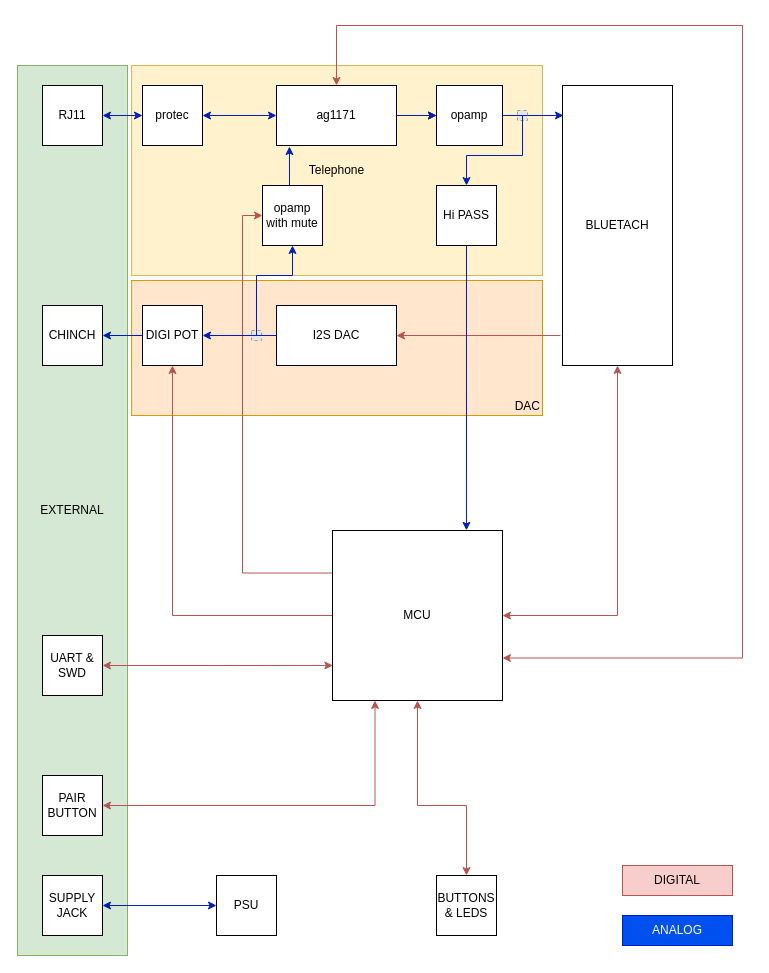
Above: blockDiagram/matiHome.drawio in mati97/domeq (draw.io), before the change. Source tidied: cells renumbered, new cells numbered last; positions are measured from the earlier drawing's top-left corner, leaving out a move shared by most shapes. Both pictures are drawn from the tidied source at 100%, with x=0, y=0 at pixel (17, 25). Pictures stored in the file or linked from it are replaced by grey dashed boxes.
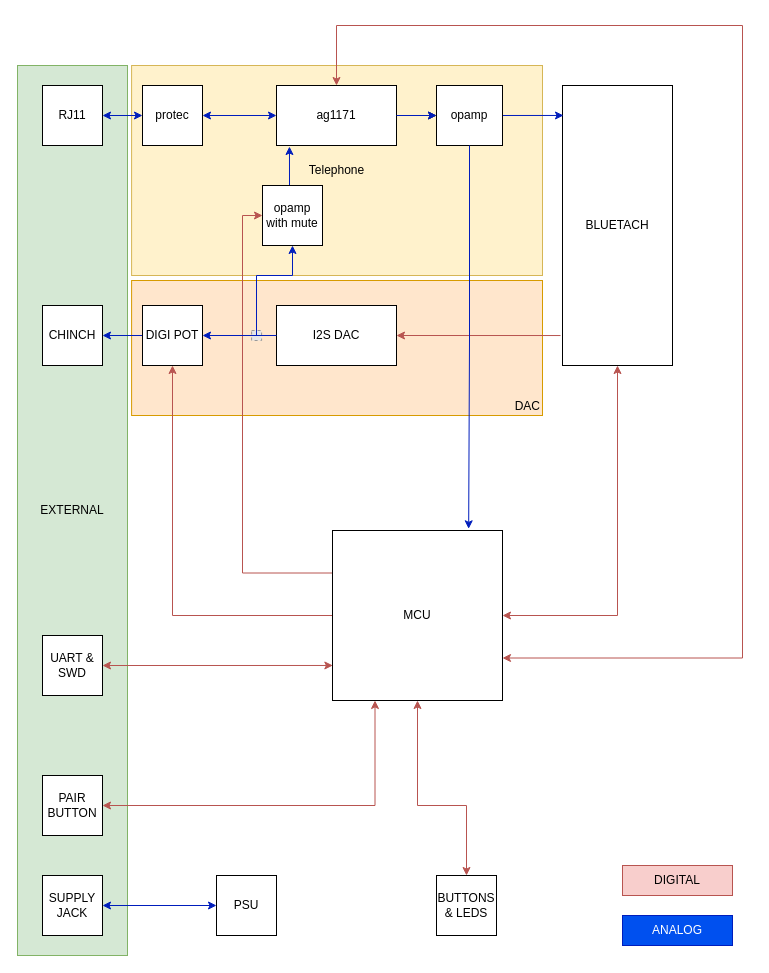
The same diagram, later.

Commit message (it also covers changes not shown here):
block diagram

Unchanged cells that the change refers to:
```xml
<mxCell id="17" value="MCU" style="whiteSpace=wrap;html=1;" parent="1" vertex="1">
  <mxGeometry x="315" y="505" width="170" height="170" as="geometry" />
</mxCell>
<mxCell id="25" value="BLUETACH" style="rounded=0;whiteSpace=wrap;html=1;" parent="1" vertex="1">
  <mxGeometry x="545" y="60" width="110" height="280" as="geometry" />
</mxCell>
<mxCell id="30" value="opamp" style="rounded=0;whiteSpace=wrap;html=1;" parent="1" vertex="1">
  <mxGeometry x="419" y="60" width="66" height="60" as="geometry" />
</mxCell>
```

Change to the diagram source:
```diff
@@
-    <mxCell id="4" style="fillColor=#E6E6E6;strokeColor=#999999;dashed=1;html=1;verticalAlign=top;verticalLabelPosition=bottom;fontColor=none;" parent="1" vertex="1">
-      <mxGeometry x="500" y="85" width="10" height="10" as="geometry" />
-    </mxCell>
@@
-    <mxCell id="29" style="edgeStyle=orthogonalEdgeStyle;rounded=0;jettySize=auto;html=1;exitX=1;exitY=0.5;exitDx=0;exitDy=0;entryX=0.009;entryY=0.107;entryDx=0;entryDy=0;entryPerimeter=0;startArrow=none;startFill=0;endArrow=classic;endFill=1;fillColor=#0050ef;strokeColor=#001DBC;" parent="1" edge="1" source="4" target="25">
+    <mxCell id="29" style="edgeStyle=orthogonalEdgeStyle;rounded=0;jettySize=auto;html=1;exitX=1;exitY=0.5;exitDx=0;exitDy=0;entryX=0.009;entryY=0.107;entryDx=0;entryDy=0;entryPerimeter=0;startArrow=none;startFill=0;endArrow=classic;endFill=1;fillColor=#0050ef;strokeColor=#001DBC;" parent="1" edge="1" source="30" target="25">
       <mxGeometry relative="1" as="geometry" />
     </mxCell>
@@
-    <mxCell id="31" style="edgeStyle=orthogonalEdgeStyle;rounded=0;jettySize=auto;html=1;exitX=0.5;exitY=1;exitDx=0;exitDy=0;entryX=0.788;entryY=-0.001;entryDx=0;entryDy=0;entryPerimeter=0;startArrow=none;startFill=0;endArrow=classic;endFill=1;fillColor=#0050ef;strokeColor=#001DBC;" parent="1" edge="1" source="33" target="17">
-      <mxGeometry relative="1" as="geometry" />
-    </mxCell>
-    <mxCell id="32" style="edgeStyle=orthogonalEdgeStyle;rounded=0;jettySize=auto;html=1;exitX=0.5;exitY=0;exitDx=0;exitDy=0;startArrow=classic;startFill=1;endArrow=none;endFill=0;fillColor=#0050ef;strokeColor=#001DBC;" parent="1" edge="1" source="33">
-      <mxGeometry relative="1" as="geometry">
-        <mxPoint x="505" y="90" as="targetPoint" />
-        <Array as="points">
-          <mxPoint x="449" y="130" />
-          <mxPoint x="505" y="130" />
-        </Array>
-      </mxGeometry>
-    </mxCell>
-    <mxCell id="33" value="Hi PASS" style="whiteSpace=wrap;html=1;" parent="1" vertex="1">
-      <mxGeometry x="419" y="160" width="60" height="60" as="geometry" />
-    </mxCell>
+    <mxCell id="47" style="edgeStyle=orthogonalEdgeStyle;rounded=0;jettySize=auto;html=1;exitX=0.5;exitY=1;exitDx=0;exitDy=0;entryX=0.801;entryY=-0.01;entryDx=0;entryDy=0;entryPerimeter=0;fillColor=#0050ef;strokeColor=#001DBC;" parent="1" edge="1" source="30" target="17">
+      <mxGeometry relative="1" as="geometry" />
+    </mxCell>
@@
-    <mxCell id="46" style="edgeStyle=orthogonalEdgeStyle;rounded=0;jettySize=auto;html=1;exitX=1;exitY=0.5;exitDx=0;exitDy=0;entryX=1;entryY=0.5;entryDx=0;entryDy=0;startArrow=none;startFill=0;endArrow=none;endFill=1;fillColor=#0050ef;strokeColor=#001DBC;" parent="1" edge="1" source="30" target="4">
-      <mxGeometry relative="1" as="geometry" />
-    </mxCell>
```
